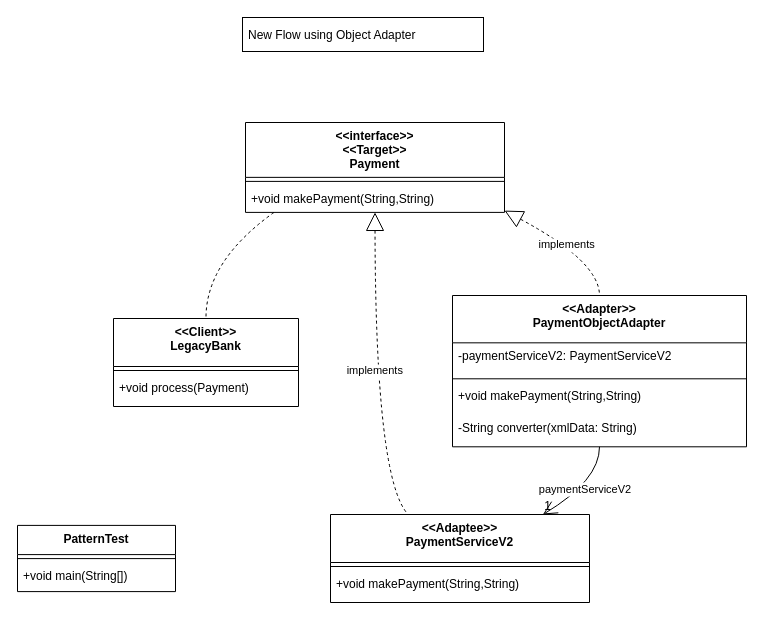
Before: docs/gurupalaniveltech.learning.structural.adapter/newflow_object.drawio in gurupalaniveltech/design-pattern, a draw.io diagram. Source tidied: cells renumbered, new cells numbered last; positions are measured from the earlier drawing's top-left corner, leaving out a move shared by most shapes. Both pictures are drawn from the tidied source at 100%, with x=0, y=0 at pixel (17, 17).
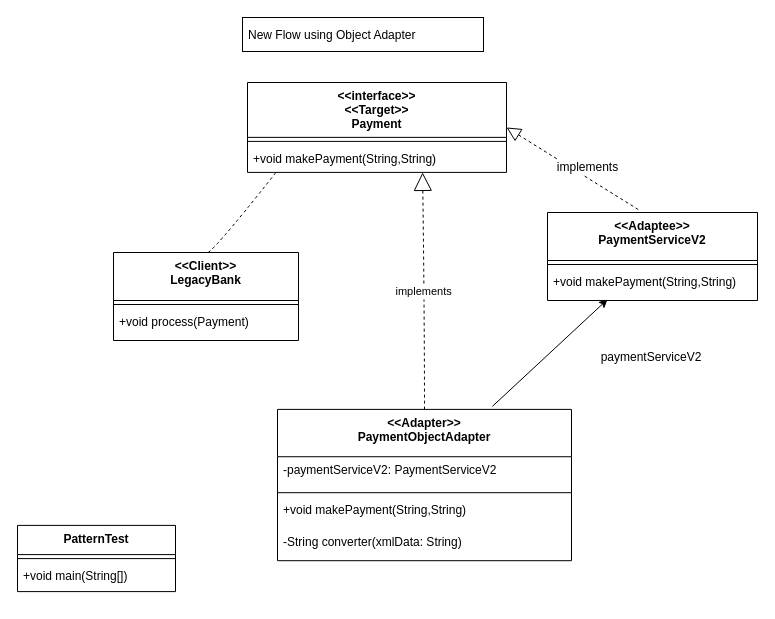
After the change.

Diff of the diagram source:
```diff
@@
     <mxCell id="5" value="&lt;&lt;Client&gt;&gt;&#10;LegacyBank" style="swimlane;fontStyle=1;align=center;verticalAlign=top;horizontal=1;startSize=48;" parent="1" vertex="1">
-      <mxGeometry x="96" y="301" width="185" height="88" as="geometry" />
+      <mxGeometry x="96" y="235" width="185" height="88" as="geometry" />
     </mxCell>
@@
     <mxCell id="8" value="&lt;&lt;interface&gt;&gt;&#10;&lt;&lt;Target&gt;&gt;&#10;Payment" style="swimlane;fontStyle=1;align=center;verticalAlign=top;horizontal=1;startSize=54.857142857142854;" parent="1" vertex="1">
-      <mxGeometry x="228" y="105" width="259" height="89.9" as="geometry" />
+      <mxGeometry x="230" y="65" width="259" height="89.9" as="geometry" />
     </mxCell>
@@
     <mxCell id="11" value="&lt;&lt;Adaptee&gt;&gt;&#10;PaymentServiceV2" style="swimlane;fontStyle=1;align=center;verticalAlign=top;horizontal=1;startSize=48;" parent="1" vertex="1">
-      <mxGeometry x="313" y="497" width="259" height="88" as="geometry" />
+      <mxGeometry x="530" y="195" width="210" height="88" as="geometry" />
     </mxCell>
     <mxCell id="12" style="line;strokeWidth=1;fillColor=none;align=left;verticalAlign=middle;spacingTop=-1;spacingLeft=3;spacingRight=3;labelPosition=right;strokeColor=inherit;" parent="11" vertex="1">
-      <mxGeometry y="48" width="259" height="8" as="geometry" />
+      <mxGeometry y="48" width="210" height="8" as="geometry" />
     </mxCell>
     <mxCell id="13" value="+void makePayment(String,String)" style="text;strokeColor=none;fillColor=none;align=left;verticalAlign=top;spacingLeft=4;spacingRight=4;overflow=hidden;" parent="11" vertex="1">
-      <mxGeometry y="56" width="259" height="32" as="geometry" />
+      <mxGeometry y="56" width="210" height="32" as="geometry" />
     </mxCell>
     <mxCell id="14" value="&lt;&lt;Adapter&gt;&gt;&#10;PaymentObjectAdapter" style="swimlane;fontStyle=1;align=center;verticalAlign=top;horizontal=1;startSize=47.333333333333336;" parent="1" vertex="1">
-      <mxGeometry x="435" y="278" width="294" height="151.3" as="geometry" />
+      <mxGeometry x="260" y="391.9" width="294" height="151.3" as="geometry" />
     </mxCell>
@@
-    <mxCell id="21" value="implements" style="curved=1;dashed=1;startArrow=block;startSize=16;startFill=0;endArrow=none;exitX=1;exitY=0.98;entryX=0.5;entryY=0;rounded=0;" parent="1" edge="1" source="8" target="14">
+    <mxCell id="21" value="implements" style="curved=1;dashed=1;startArrow=block;startSize=16;startFill=0;endArrow=none;exitX=0.869;exitY=1.116;entryX=0.5;entryY=0;rounded=0;exitDx=0;exitDy=0;exitPerimeter=0;" parent="1" edge="1" target="14">
       <mxGeometry relative="1" as="geometry">
+        <mxPoint x="405.1" y="154.9" as="sourcePoint" />
         <Array as="points">
-          <mxPoint x="582" y="244" />
+          <mxPoint x="407" y="302.8" />
         </Array>
       </mxGeometry>
     </mxCell>
+    <mxCell id="25" style="endArrow=block;dashed=1;endFill=0;endSize=12;html=1;rounded=0;exitX=0.432;exitY=-0.034;exitDx=0;exitDy=0;exitPerimeter=0;entryX=1;entryY=0.5;entryDx=0;entryDy=0;" parent="1" edge="1" source="11" target="8">
+      <mxGeometry relative="1" as="geometry" />
+    </mxCell>
+    <mxCell id="26" style="endArrow=classic;html=1;rounded=0;exitX=0.731;exitY=-0.02;exitDx=0;exitDy=0;exitPerimeter=0;" parent="1" edge="1" source="14">
+      <mxGeometry relative="1" as="geometry">
+        <mxPoint x="590" y="281.9" as="targetPoint" />
+      </mxGeometry>
+    </mxCell>
+    <mxCell id="23" value="&lt;span style=&quot;text-align: left; white-space: nowrap;&quot;&gt;paymentServiceV2&lt;/span&gt;" style="text;html=1;align=center;verticalAlign=middle;whiteSpace=wrap;rounded=0;" parent="1" vertex="1">
+      <mxGeometry x="604" y="325" width="60" height="30" as="geometry" />
+    </mxCell>
-    <mxCell id="22" value="implements" style="curved=1;dashed=1;startArrow=block;startSize=16;startFill=0;endArrow=none;exitX=0.5;exitY=1;entryX=0.3;entryY=0;rounded=0;" parent="1" edge="1" source="8" target="11">
-      <mxGeometry relative="1" as="geometry">
-        <Array as="points">
-          <mxPoint x="358" y="463" />
-        </Array>
-      </mxGeometry>
+    <mxCell id="22" value="implements" style="text;html=1;align=center;verticalAlign=middle;rounded=0;labelBackgroundColor=default;" parent="1" vertex="1">
+      <mxGeometry x="540" y="135" width="60" height="30" as="geometry" />
     </mxCell>
-    <mxCell id="23" value="paymentServiceV2" style="curved=1;startArrow=none;endArrow=open;endSize=12;exitX=0.5;exitY=1;entryX=0.82;entryY=0;rounded=0;" parent="1" edge="1" source="14" target="11">
-      <mxGeometry relative="1" as="geometry">
-        <Array as="points">
-          <mxPoint x="582" y="463" />
-        </Array>
-      </mxGeometry>
-    </mxCell>
-    <mxCell id="24" value="1" style="edgeLabel;labelBackgroundColor=none;fontSize=12;align=left;verticalAlign=bottom;" parent="23" vertex="1">
-      <mxGeometry x="1" relative="1" as="geometry" />
-    </mxCell>
```
